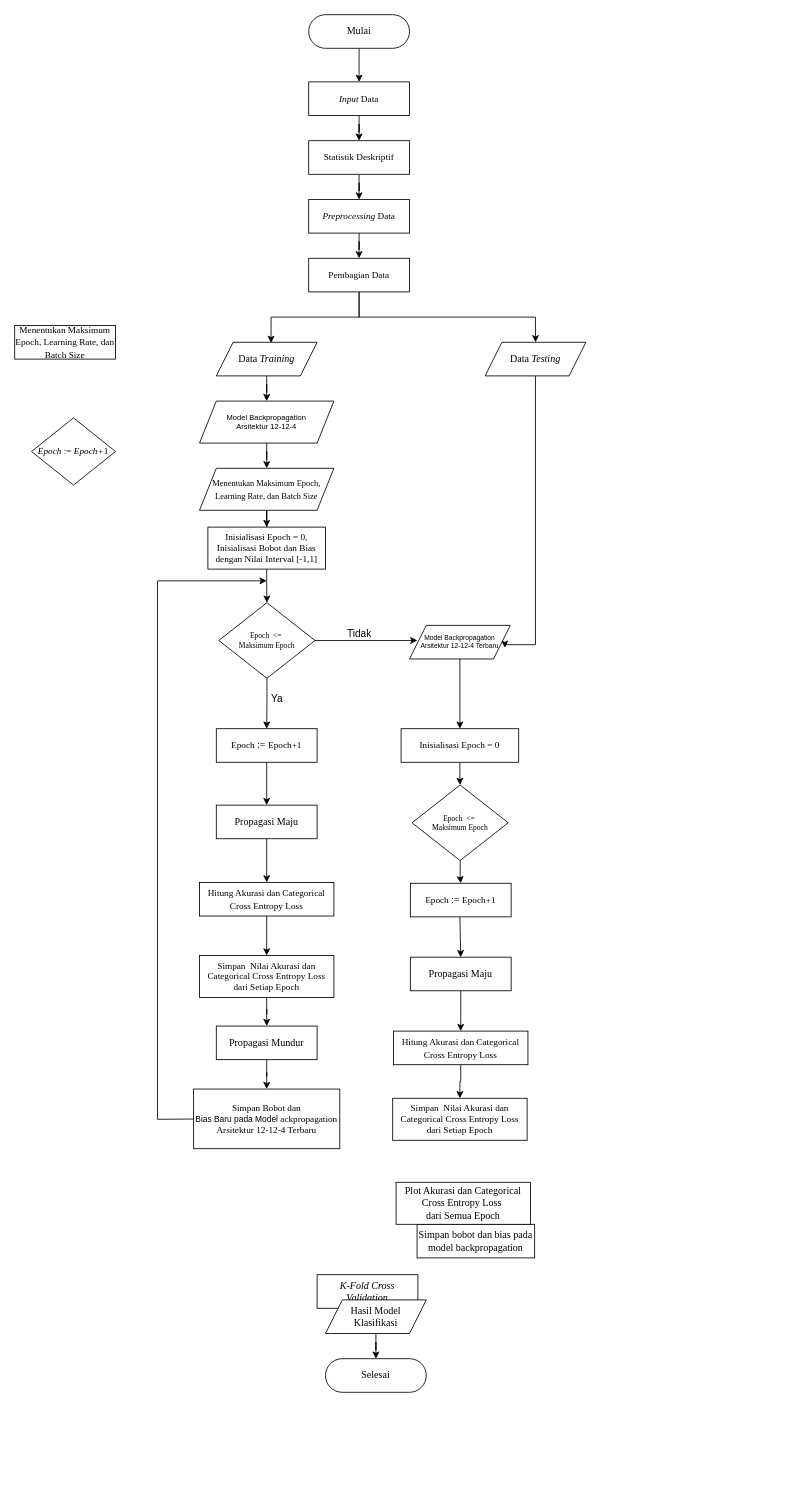
Before: Diagram Tanpa Judul.drawio in riskialarsy/riskialarsy.github.io, a draw.io diagram. Source tidied: cells renumbered, new cells numbered last; positions are measured from the earlier drawing's top-left corner, leaving out a move shared by most shapes. Both pictures are drawn from the tidied source at 84%, with x=0, y=0 at pixel (14, 14).
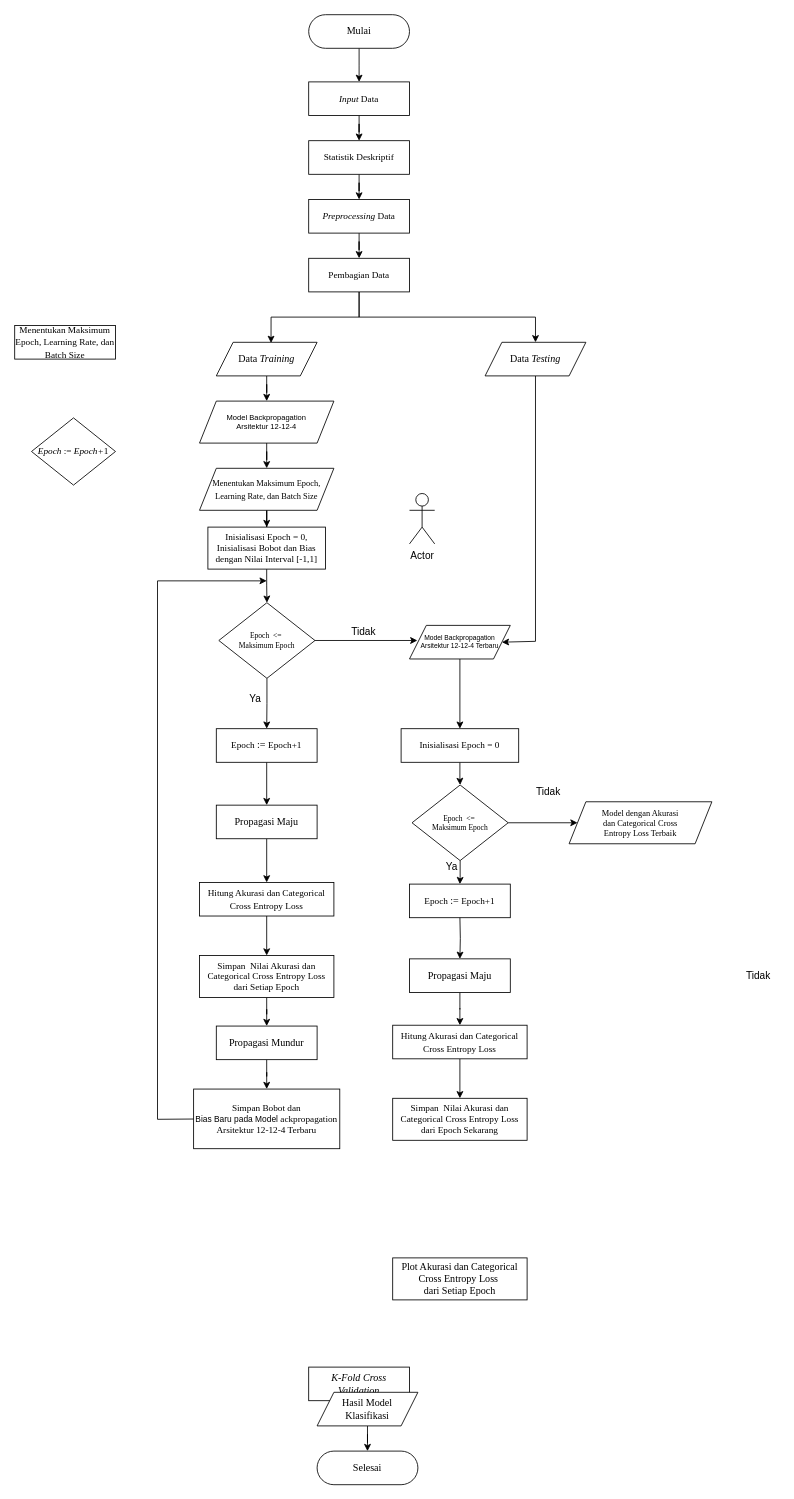
After the change.

Unchanged cells that the change refers to:
```xml
<mxCell id="54" value="Model Backpropagation Arsitektur 12-12-4 Terbaru" style="shape=parallelogram;perimeter=parallelogramPerimeter;whiteSpace=wrap;html=1;fixedSize=1;fontSize=8;" parent="1" vertex="1">
  <mxGeometry x="470" y="727" width="120" height="40" as="geometry" />
</mxCell>
<mxCell id="61" value="&lt;font style=&quot;font-size: 9px;&quot;&gt;&lt;span style=&quot;font-size: 9px;&quot;&gt;&lt;span style=&quot;font-size: 9px;&quot;&gt;Epoch&amp;nbsp;&lt;/span&gt; &amp;lt;=&lt;/span&gt;&amp;nbsp;&lt;br style=&quot;font-size: 9px;&quot;&gt;&lt;span style=&quot;font-size: 9px;&quot;&gt;Maksimum &lt;span style=&quot;font-size: 9px;&quot;&gt;Epoch&lt;/span&gt;&lt;/span&gt;&lt;/font&gt;" style="rhombus;whiteSpace=wrap;html=1;fontSize=9;fontStyle=0;fontFamily=Times New Roman;" parent="1" vertex="1">
  <mxGeometry x="473" y="917" width="114.5" height="90" as="geometry" />
</mxCell>
```

Diff of the diagram source:
```diff
@@
     <mxCell id="5" value="&lt;font face=&quot;Times New Roman&quot;&gt;&lt;i&gt;K-Fold Cross&lt;br&gt;Validation&lt;/i&gt;&lt;br&gt;&lt;/font&gt;" style="rounded=0;whiteSpace=wrap;html=1;" parent="1" vertex="1">
-      <mxGeometry x="360" y="1500" width="120" height="40" as="geometry" />
+      <mxGeometry x="350" y="1610" width="120" height="40" as="geometry" />
     </mxCell>
@@
     <mxCell id="7" value="&lt;font face=&quot;Times New Roman&quot;&gt;Hasil Model&lt;br&gt;Klasifikasi&lt;/font&gt;" style="shape=parallelogram;perimeter=parallelogramPerimeter;whiteSpace=wrap;html=1;fixedSize=1;" parent="1" vertex="1">
-      <mxGeometry x="370" y="1530" width="120" height="40" as="geometry" />
+      <mxGeometry x="360" y="1640" width="120" height="40" as="geometry" />
     </mxCell>
     <mxCell id="8" value="&lt;font face=&quot;Times New Roman&quot;&gt;Selesai&lt;br&gt;&lt;/font&gt;" style="rounded=1;whiteSpace=wrap;html=1;arcSize=50;" parent="1" vertex="1">
-      <mxGeometry x="370" y="1600" width="120" height="40" as="geometry" />
+      <mxGeometry x="360" y="1710" width="120" height="40" as="geometry" />
     </mxCell>
@@
-    <mxCell id="18" style="edgeStyle=orthogonalEdgeStyle;rounded=0;jettySize=auto;html=1;entryX=0.946;entryY=0.667;entryDx=0;entryDy=0;entryPerimeter=0;" parent="1" edge="1" target="54">
+    <mxCell id="18" style="edgeStyle=orthogonalEdgeStyle;rounded=0;jettySize=auto;html=1;entryX=1;entryY=0.5;entryDx=0;entryDy=0;" parent="1" edge="1" target="54">
       <mxGeometry relative="1" as="geometry">
         <mxPoint x="620" y="430" as="sourcePoint" />
         <Array as="points">
-          <mxPoint x="620" y="750" />
-          <mxPoint x="584" y="750" />
+          <mxPoint x="620" y="746" />
         </Array>
       </mxGeometry>
     </mxCell>
@@
-    <mxCell id="41" value="Simpan bobot dan bias pada model backpropagation" style="rounded=0;whiteSpace=wrap;html=1;fontFamily=Times New Roman;fontStyle=0;" parent="1" vertex="1">
-      <mxGeometry x="479" y="1440" width="140" height="40" as="geometry" />
-    </mxCell>
     <mxCell id="42" value="Ya" style="text;html=1;align=center;verticalAlign=middle;strokeColor=none;fillColor=none;" parent="1" vertex="1">
-      <mxGeometry x="292" y="800" width="40" height="30" as="geometry" />
+      <mxGeometry x="266" y="800" width="40" height="30" as="geometry" />
     </mxCell>
     <mxCell id="43" value="Tidak" style="text;html=1;align=center;verticalAlign=middle;strokeColor=none;fillColor=none;" parent="1" vertex="1">
-      <mxGeometry x="385" y="722" width="50" height="30" as="geometry" />
+      <mxGeometry x="860" y="1130" width="50" height="30" as="geometry" />
     </mxCell>
@@
     <mxCell id="48" value="Propagasi Maju" style="rounded=0;whiteSpace=wrap;html=1;fontFamily=Times New Roman;" parent="1" vertex="1">
-      <mxGeometry x="471" y="1122" width="120" height="40" as="geometry" />
+      <mxGeometry x="470" y="1124" width="120" height="40" as="geometry" />
     </mxCell>
@@
     <mxCell id="50" value="&lt;span style=&quot;font-size: 11px;&quot;&gt;Hitung Akurasi dan Categorical Cross Entropy Loss&lt;/span&gt;" style="rounded=0;whiteSpace=wrap;html=1;fontFamily=Times New Roman;fontStyle=0;" parent="1" vertex="1">
-      <mxGeometry x="451" y="1210" width="160" height="40" as="geometry" />
+      <mxGeometry x="450" y="1203" width="160" height="40" as="geometry" />
     </mxCell>
-    <mxCell id="51" value="Plot Akurasi dan Categorical Cross Entropy Loss&amp;nbsp;&lt;br&gt;dari Semua Epoch" style="rounded=0;whiteSpace=wrap;html=1;fontFamily=Times New Roman;" parent="1" vertex="1">
-      <mxGeometry x="454" y="1390" width="160" height="50" as="geometry" />
+    <mxCell id="51" value="Plot Akurasi dan Categorical Cross Entropy Loss&amp;nbsp;&lt;br&gt;dari Setiap Epoch" style="rounded=0;whiteSpace=wrap;html=1;fontFamily=Times New Roman;" parent="1" vertex="1">
+      <mxGeometry x="450" y="1480" width="160" height="50" as="geometry" />
     </mxCell>
@@
-    <mxCell id="55" value="Simpan&amp;nbsp; Nilai Akurasi dan Categorical Cross Entropy Loss dari Setiap Epoch" style="whiteSpace=wrap;html=1;fontSize=11;fontFamily=Times New Roman;fontStyle=0;" parent="1" vertex="1">
+    <mxCell id="55" value="Simpan&amp;nbsp; Nilai Akurasi dan Categorical Cross Entropy Loss dari Epoch Sekarang" style="whiteSpace=wrap;html=1;fontSize=11;fontFamily=Times New Roman;fontStyle=0;" parent="1" vertex="1">
       <mxGeometry x="450" y="1290" width="160" height="50" as="geometry" />
     </mxCell>
@@
     <mxCell id="57" value="&lt;span style=&quot;border-color: var(--border-color); font-size: 11px;&quot;&gt;Epoch&amp;nbsp;&lt;/span&gt;:=&amp;nbsp;&lt;span style=&quot;border-color: var(--border-color); font-size: 11px;&quot;&gt;Epoch+&lt;/span&gt;&lt;span style=&quot;font-size: 11px;&quot;&gt;1&lt;/span&gt;" style="rounded=0;whiteSpace=wrap;html=1;fontFamily=Times New Roman;fontStyle=0;" parent="1" vertex="1">
-      <mxGeometry x="471" y="1034" width="120" height="40" as="geometry" />
+      <mxGeometry x="470" y="1035" width="120" height="40" as="geometry" />
     </mxCell>
@@
+    <mxCell id="62" style="edgeStyle=orthogonalEdgeStyle;rounded=0;jettySize=auto;html=1;" parent="1" edge="1" source="61" target="66">
+      <mxGeometry relative="1" as="geometry" />
+    </mxCell>
@@
+    <mxCell id="63" value="Ya" style="text;html=1;align=center;verticalAlign=middle;strokeColor=none;fillColor=none;" parent="1" vertex="1">
+      <mxGeometry x="500" y="1000" width="40" height="30" as="geometry" />
+    </mxCell>
+    <mxCell id="64" value="Tidak" style="text;html=1;align=center;verticalAlign=middle;strokeColor=none;fillColor=none;" parent="1" vertex="1">
+      <mxGeometry x="390" y="720" width="50" height="30" as="geometry" />
+    </mxCell>
+    <mxCell id="65" value="Tidak" style="text;html=1;align=center;verticalAlign=middle;strokeColor=none;fillColor=none;" parent="1" vertex="1">
+      <mxGeometry x="610" y="910" width="50" height="30" as="geometry" />
+    </mxCell>
+    <mxCell id="66" value="Model dengan Akurasi&lt;br&gt;dan&amp;nbsp;&lt;span style=&quot;font-size: 10px;&quot;&gt;Categorical Cross &lt;br&gt;Entropy Loss Terbaik&lt;/span&gt;" style="shape=parallelogram;perimeter=parallelogramPerimeter;whiteSpace=wrap;html=1;fixedSize=1;fontSize=10;fontFamily=Times New Roman;" parent="1" vertex="1">
+      <mxGeometry x="660" y="937" width="170" height="50" as="geometry" />
+    </mxCell>
+    <mxCell id="67" value="Actor" style="shape=umlActor;verticalLabelPosition=bottom;verticalAlign=top;html=1;" parent="1" vertex="1">
+      <mxGeometry x="470" y="570" width="30" height="60" as="geometry" />
+    </mxCell>
```
